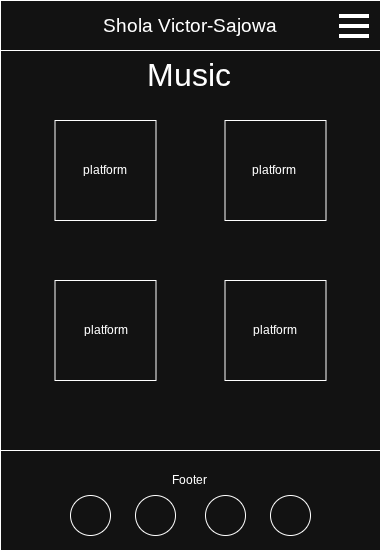
Before: wireframes/music-html.drawio.png, a diagram exported from draw.io (DeoluVS/q1-coursework-codeinstitute). Source tidied: cells renumbered, new cells last; positions are measured from the earlier drawing's top-left corner, leaving out a move shared by most shapes.
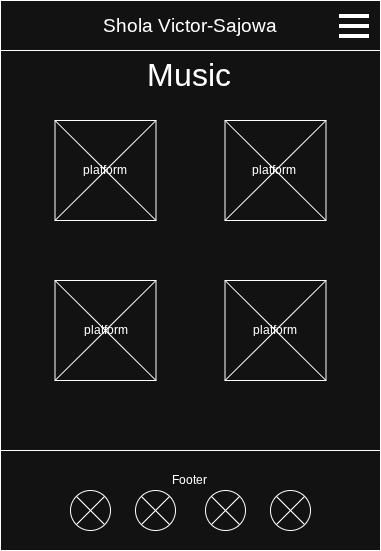
After the change.

What changed in the source:
```diff
@@ -41,18 +41,6 @@
     <mxCell id="11" value="Footer" style="text;html=1;align=center;verticalAlign=middle;whiteSpace=wrap;rounded=0;" parent="2" vertex="1">
       <mxGeometry x="159" y="465" width="60" height="30" as="geometry" />
     </mxCell>
-    <mxCell id="12" style="ellipse;whiteSpace=wrap;html=1;" parent="2" vertex="1">
-      <mxGeometry x="70" y="495" width="40" height="40" as="geometry" />
-    </mxCell>
-    <mxCell id="13" style="ellipse;whiteSpace=wrap;html=1;" parent="2" vertex="1">
-      <mxGeometry x="135" y="495" width="40" height="40" as="geometry" />
-    </mxCell>
-    <mxCell id="14" style="ellipse;whiteSpace=wrap;html=1;" parent="2" vertex="1">
-      <mxGeometry x="270" y="495" width="40" height="40" as="geometry" />
-    </mxCell>
-    <mxCell id="15" style="ellipse;whiteSpace=wrap;html=1;" parent="2" vertex="1">
-      <mxGeometry x="205" y="495" width="40" height="40" as="geometry" />
-    </mxCell>
     <mxCell id="16" value="&lt;font style=&quot;font-size: 32px;&quot;&gt;Music&lt;/font&gt;" style="text;html=1;whiteSpace=wrap;strokeColor=none;fillColor=none;align=center;verticalAlign=middle;rounded=0;" parent="2" vertex="1">
       <mxGeometry x="134" y="60" width="110" height="30" as="geometry" />
     </mxCell>
@@ -80,5 +68,68 @@
     <mxCell id="24" value="platform" style="text;html=1;whiteSpace=wrap;strokeColor=none;fillColor=none;align=center;verticalAlign=middle;rounded=0;" parent="2" vertex="1">
       <mxGeometry x="244.5" y="315" width="60" height="30" as="geometry" />
     </mxCell>
+    <mxCell id="25" style="rounded=0;orthogonalLoop=1;jettySize=auto;html=1;exitX=0;exitY=0;exitDx=0;exitDy=0;entryX=1;entryY=1;entryDx=0;entryDy=0;endArrow=none;endFill=0;" parent="2" edge="1" source="17" target="17">
+      <mxGeometry relative="1" as="geometry" />
+    </mxCell>
+    <mxCell id="26" style="rounded=0;orthogonalLoop=1;jettySize=auto;html=1;exitX=0;exitY=1;exitDx=0;exitDy=0;entryX=1;entryY=0;entryDx=0;entryDy=0;endArrow=none;endFill=0;" parent="2" edge="1" source="17" target="17">
+      <mxGeometry relative="1" as="geometry" />
+    </mxCell>
+    <mxCell id="27" style="rounded=0;orthogonalLoop=1;jettySize=auto;html=1;exitX=0;exitY=0;exitDx=0;exitDy=0;entryX=1;entryY=1;entryDx=0;entryDy=0;endArrow=none;endFill=0;" parent="2" edge="1" source="18" target="18">
+      <mxGeometry relative="1" as="geometry" />
+    </mxCell>
+    <mxCell id="28" style="rounded=0;orthogonalLoop=1;jettySize=auto;html=1;exitX=0;exitY=1;exitDx=0;exitDy=0;entryX=1;entryY=0;entryDx=0;entryDy=0;startArrow=none;startFill=0;endArrow=none;endFill=0;" parent="2" edge="1" source="18" target="18">
+      <mxGeometry relative="1" as="geometry" />
+    </mxCell>
+    <mxCell id="29" style="rounded=0;orthogonalLoop=1;jettySize=auto;html=1;exitX=0;exitY=0;exitDx=0;exitDy=0;entryX=1;entryY=1;entryDx=0;entryDy=0;endArrow=none;endFill=0;" parent="2" edge="1" source="19" target="19">
+      <mxGeometry relative="1" as="geometry" />
+    </mxCell>
+    <mxCell id="30" style="rounded=0;orthogonalLoop=1;jettySize=auto;html=1;exitX=0;exitY=1;exitDx=0;exitDy=0;entryX=1;entryY=0;entryDx=0;entryDy=0;endArrow=none;endFill=0;" parent="2" edge="1" source="19" target="19">
+      <mxGeometry relative="1" as="geometry" />
+    </mxCell>
+    <mxCell id="31" style="rounded=0;orthogonalLoop=1;jettySize=auto;html=1;exitX=0;exitY=0;exitDx=0;exitDy=0;entryX=1;entryY=1;entryDx=0;entryDy=0;endArrow=none;endFill=0;" parent="2" edge="1" source="20" target="20">
+      <mxGeometry relative="1" as="geometry" />
+    </mxCell>
+    <mxCell id="32" style="rounded=0;orthogonalLoop=1;jettySize=auto;html=1;exitX=0;exitY=1;exitDx=0;exitDy=0;entryX=1;entryY=0;entryDx=0;entryDy=0;endArrow=none;endFill=0;" parent="2" edge="1" source="20" target="20">
+      <mxGeometry relative="1" as="geometry" />
+    </mxCell>
+    <mxCell id="33" style="group;" parent="1" vertex="1">
+      <mxGeometry x="70" y="490" width="240" height="40" as="geometry" />
+    </mxCell>
+    <mxCell id="34" style="ellipse;whiteSpace=wrap;html=1;" parent="33" vertex="1">
+      <mxGeometry width="40" height="40" as="geometry" />
+    </mxCell>
+    <mxCell id="35" style="ellipse;whiteSpace=wrap;html=1;" parent="33" vertex="1">
+      <mxGeometry x="65" width="40" height="40" as="geometry" />
+    </mxCell>
+    <mxCell id="36" style="ellipse;whiteSpace=wrap;html=1;" parent="33" vertex="1">
+      <mxGeometry x="200" width="40" height="40" as="geometry" />
+    </mxCell>
+    <mxCell id="37" style="ellipse;whiteSpace=wrap;html=1;" parent="33" vertex="1">
+      <mxGeometry x="135" width="40" height="40" as="geometry" />
+    </mxCell>
+    <mxCell id="38" style="endArrow=none;html=1;rounded=0;exitX=0;exitY=1;exitDx=0;exitDy=0;entryX=1;entryY=0;entryDx=0;entryDy=0;" parent="33" edge="1" source="34" target="34">
+      <mxGeometry relative="1" as="geometry" />
+    </mxCell>
+    <mxCell id="39" style="rounded=0;orthogonalLoop=1;jettySize=auto;html=1;exitX=0;exitY=0;exitDx=0;exitDy=0;entryX=1;entryY=1;entryDx=0;entryDy=0;endArrow=none;endFill=0;" parent="33" edge="1" source="34" target="34">
+      <mxGeometry relative="1" as="geometry" />
+    </mxCell>
+    <mxCell id="40" style="rounded=0;orthogonalLoop=1;jettySize=auto;html=1;exitX=0;exitY=0;exitDx=0;exitDy=0;entryX=1;entryY=1;entryDx=0;entryDy=0;endArrow=none;endFill=0;" parent="33" edge="1" source="35" target="35">
+      <mxGeometry relative="1" as="geometry" />
+    </mxCell>
+    <mxCell id="41" style="rounded=0;orthogonalLoop=1;jettySize=auto;html=1;exitX=0;exitY=1;exitDx=0;exitDy=0;entryX=1;entryY=0;entryDx=0;entryDy=0;endArrow=none;endFill=0;" parent="33" edge="1" source="35" target="35">
+      <mxGeometry relative="1" as="geometry" />
+    </mxCell>
+    <mxCell id="42" style="rounded=0;orthogonalLoop=1;jettySize=auto;html=1;exitX=0;exitY=0;exitDx=0;exitDy=0;entryX=1;entryY=1;entryDx=0;entryDy=0;endArrow=none;endFill=0;" parent="33" edge="1" source="37" target="37">
+      <mxGeometry relative="1" as="geometry" />
+    </mxCell>
+    <mxCell id="43" style="rounded=0;orthogonalLoop=1;jettySize=auto;html=1;exitX=0;exitY=1;exitDx=0;exitDy=0;entryX=1;entryY=0;entryDx=0;entryDy=0;endArrow=none;endFill=0;" parent="33" edge="1" source="37" target="37">
+      <mxGeometry relative="1" as="geometry" />
+    </mxCell>
+    <mxCell id="44" style="rounded=0;orthogonalLoop=1;jettySize=auto;html=1;exitX=0;exitY=0;exitDx=0;exitDy=0;entryX=1;entryY=1;entryDx=0;entryDy=0;endArrow=none;endFill=0;" parent="33" edge="1" source="36" target="36">
+      <mxGeometry relative="1" as="geometry" />
+    </mxCell>
+    <mxCell id="45" style="rounded=0;orthogonalLoop=1;jettySize=auto;html=1;exitX=0;exitY=1;exitDx=0;exitDy=0;entryX=1;entryY=0;entryDx=0;entryDy=0;endArrow=none;endFill=0;" parent="33" edge="1" source="36" target="36">
+      <mxGeometry relative="1" as="geometry" />
+    </mxCell>
   </root>
 </mxGraphModel>
```
